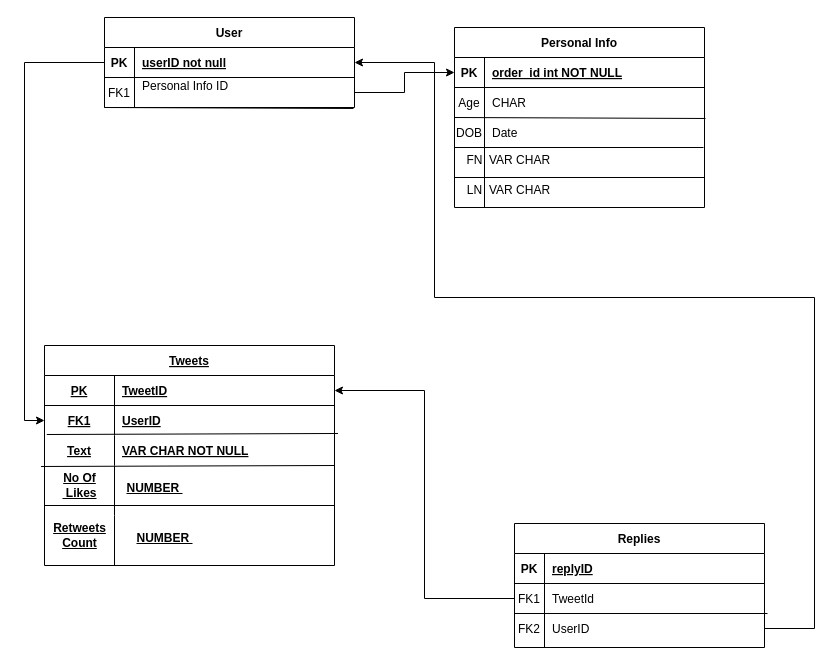
The draw.io diagram Untitled Diagram.drawio in Gaspair/twitter-replica, before the edit. Source tidied: cells renumbered, new cells numbered last; positions are measured from the earlier drawing's top-left corner, leaving out a move shared by most shapes. Both pictures are drawn from the tidied source at 100%, with x=0, y=0 at pixel (39, 17).
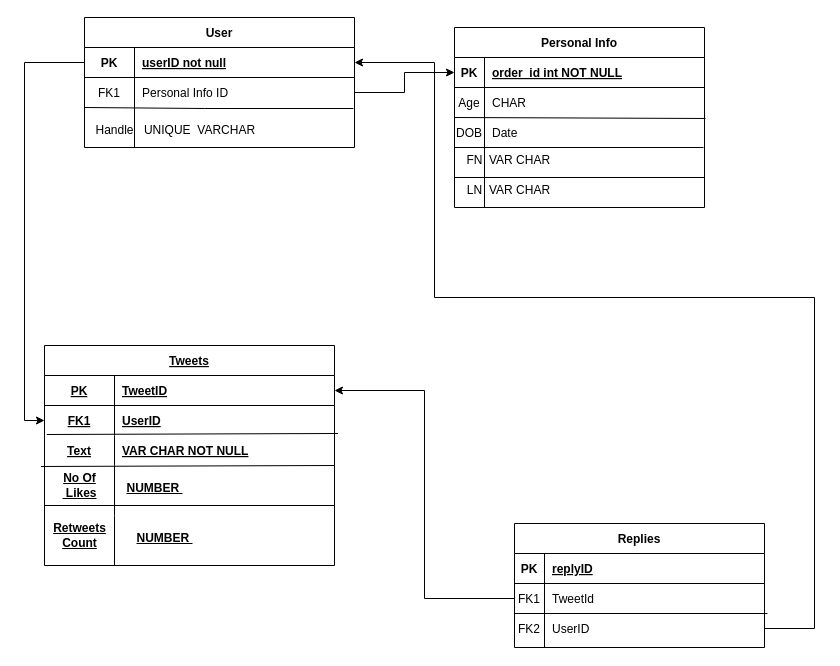
The same diagram, later.

Diff of the diagram source:
```diff
@@
     <mxCell id="14" value="User" style="shape=table;startSize=30;childLayout=tableLayout;rowLines=0;fontStyle=1;align=center;" parent="1" vertex="1">
-      <mxGeometry x="65" width="250" height="90" as="geometry" />
+      <mxGeometry x="45" width="270" height="130" as="geometry" />
     </mxCell>
     <mxCell id="15" style="shape=partialRectangle;fillColor=none;points=[[0,0.5],[1,0.5]];portConstraint=eastwest;top=0;left=0;right=0;bottom=1;" parent="14" vertex="1">
-      <mxGeometry y="30" width="250" height="30" as="geometry" />
+      <mxGeometry y="30" width="270" height="30" as="geometry" />
     </mxCell>
     <mxCell id="16" value="PK" style="shape=partialRectangle;overflow=hidden;fillColor=none;top=0;left=0;bottom=0;right=0;fontStyle=1;" parent="15" vertex="1">
-      <mxGeometry width="30" height="30" as="geometry" />
+      <mxGeometry width="50" height="30" as="geometry" />
     </mxCell>
     <mxCell id="17" value="userID not null" style="shape=partialRectangle;overflow=hidden;fillColor=none;top=0;left=0;bottom=0;right=0;align=left;spacingLeft=6;fontStyle=5;" parent="15" vertex="1">
-      <mxGeometry x="30" width="220" height="30" as="geometry" />
+      <mxGeometry x="50" width="220" height="30" as="geometry" />
     </mxCell>
     <mxCell id="18" style="shape=partialRectangle;fillColor=none;points=[[0,0.5],[1,0.5]];portConstraint=eastwest;top=0;left=0;right=0;bottom=0;" parent="14" vertex="1">
-      <mxGeometry y="60" width="250" height="30" as="geometry" />
+      <mxGeometry y="60" width="270" height="30" as="geometry" />
     </mxCell>
     <mxCell id="19" value="FK1" style="shape=partialRectangle;overflow=hidden;fillColor=none;top=0;left=0;bottom=0;right=0;" parent="18" vertex="1">
-      <mxGeometry width="30" height="30" as="geometry" />
+      <mxGeometry width="50" height="30" as="geometry" />
     </mxCell>
-    <mxCell id="20" value="Personal Info ID&#10;" style="shape=partialRectangle;overflow=hidden;fillColor=none;top=0;left=0;bottom=0;right=0;align=left;spacingLeft=6;" parent="18" vertex="1">
-      <mxGeometry x="30" width="220" height="30" as="geometry" />
+    <mxCell id="20" value="Personal Info ID" style="shape=partialRectangle;overflow=hidden;fillColor=none;top=0;left=0;bottom=0;right=0;align=left;spacingLeft=6;" parent="18" vertex="1">
+      <mxGeometry x="50" width="220" height="30" as="geometry" />
     </mxCell>
     <mxCell id="21" style="endArrow=none;html=1;rounded=0;entryX=0.996;entryY=1.033;entryDx=0;entryDy=0;entryPerimeter=0;labelBackgroundColor=#000000;" parent="14" edge="1" target="18">
       <mxGeometry relative="1" as="geometry">
         <mxPoint y="90" as="sourcePoint" />
+        <Array as="points">
+          <mxPoint x="120" y="91" />
+        </Array>
       </mxGeometry>
     </mxCell>
@@
+    <mxCell id="63" style="endArrow=none;html=1;rounded=0;" parent="1" edge="1">
+      <mxGeometry relative="1" as="geometry">
+        <mxPoint x="95" y="130" as="sourcePoint" />
+        <mxPoint x="95" y="90" as="targetPoint" />
+      </mxGeometry>
+    </mxCell>
+    <mxCell id="64" value="&lt;font style=&quot;font-size: 12px;&quot;&gt;Handle&lt;/font&gt;" style="text;html=1;align=center;verticalAlign=middle;strokeColor=none;fillColor=none;" parent="1" vertex="1">
+      <mxGeometry x="45" y="98" width="60" height="30" as="geometry" />
+    </mxCell>
+    <mxCell id="65" value="UNIQUE&amp;nbsp; VARCHAR" style="text;html=1;align=center;verticalAlign=middle;strokeColor=none;fillColor=none;" parent="1" vertex="1">
+      <mxGeometry x="95" y="98" width="130" height="30" as="geometry" />
+    </mxCell>
```
